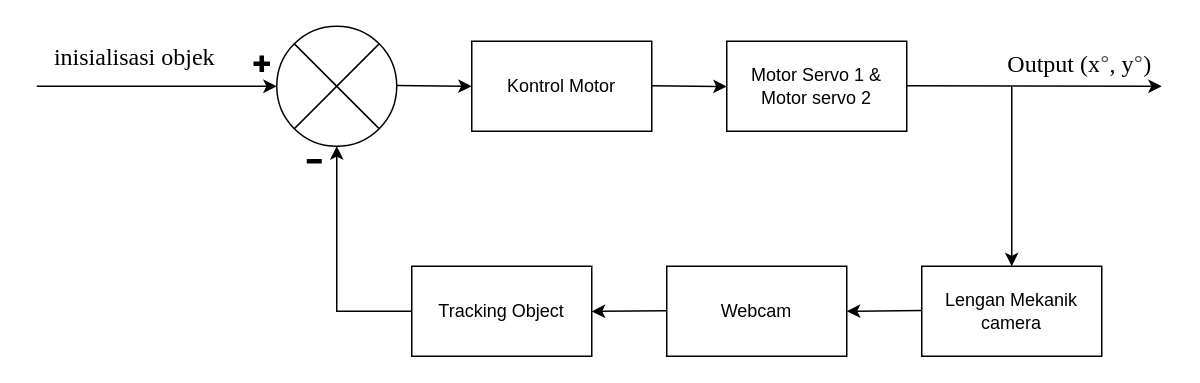
The draw.io diagram Untitled Diagram.drawio in Xsanjaya/draw.io, before the edit. Source tidied: cells renumbered, new cells numbered last; positions are measured from the earlier drawing's top-left corner, leaving out a move shared by most shapes. Both pictures are drawn from the tidied source at 150%, with x=0, y=0 at pixel (36, 26).
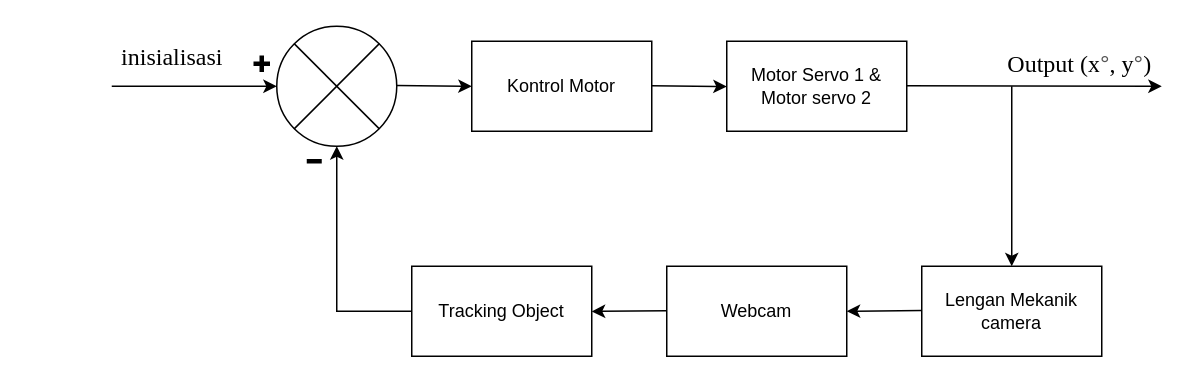
The same page after the edit.

Change to the diagram source:
```diff
@@
     <mxCell id="2" style="endArrow=classic;html=1;rounded=0;" parent="1" edge="1">
       <mxGeometry relative="1" as="geometry">
-        <mxPoint y="40" as="sourcePoint" />
+        <mxPoint x="50" y="40" as="sourcePoint" />
         <mxPoint x="160" y="40" as="targetPoint" />
       </mxGeometry>
     </mxCell>
@@
-    <mxCell id="20" value="&lt;font size=&quot;3&quot; face=&quot;Times New Roman&quot;&gt;inisialisasi objek&lt;/font&gt;" style="text;html=1;align=center;verticalAlign=middle;fillColor=none;strokeColor=none;rounded=0;fontSize=9;" parent="1" vertex="1">
-      <mxGeometry x="5" y="10" width="120" height="20" as="geometry" />
+    <mxCell id="20" value="&lt;font size=&quot;3&quot; face=&quot;Times New Roman&quot;&gt;inisialisasi&lt;/font&gt;" style="text;html=1;align=center;verticalAlign=middle;fillColor=none;strokeColor=none;rounded=0;fontSize=9;" parent="1" vertex="1">
+      <mxGeometry x="50" y="10" width="80" height="20" as="geometry" />
     </mxCell>
```
